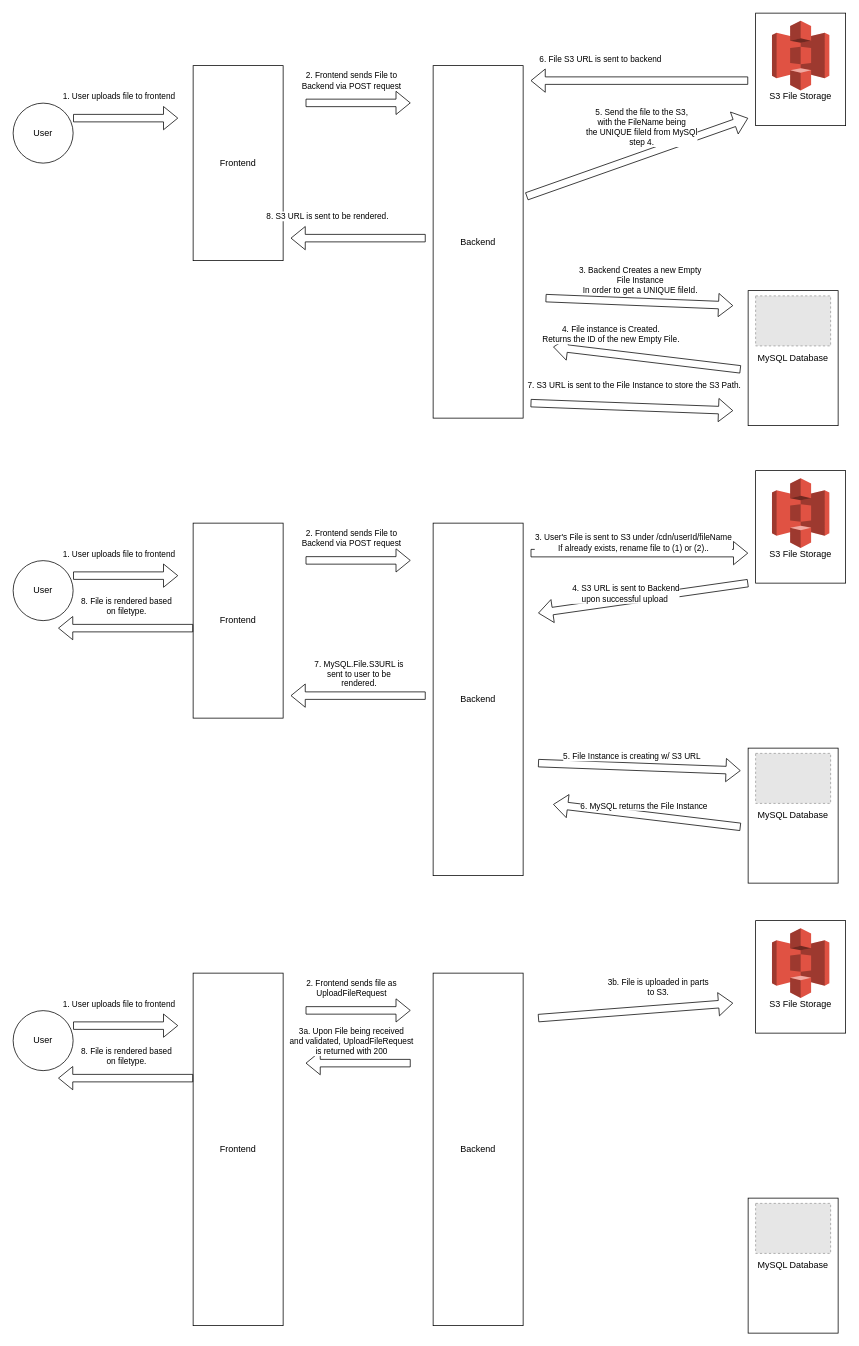
Before: app/backend/UMLs/FileUpload.drawio in RithvikKasarla/Big-O-of-No, a draw.io diagram. Source tidied: cells renumbered, new cells numbered last; positions are measured from the earlier drawing's top-left corner, leaving out a move shared by most shapes. Both pictures are drawn from the tidied source at 75%, with x=0, y=0 at pixel (13, 13). Pictures stored in the file or linked from it are replaced by grey dashed boxes.
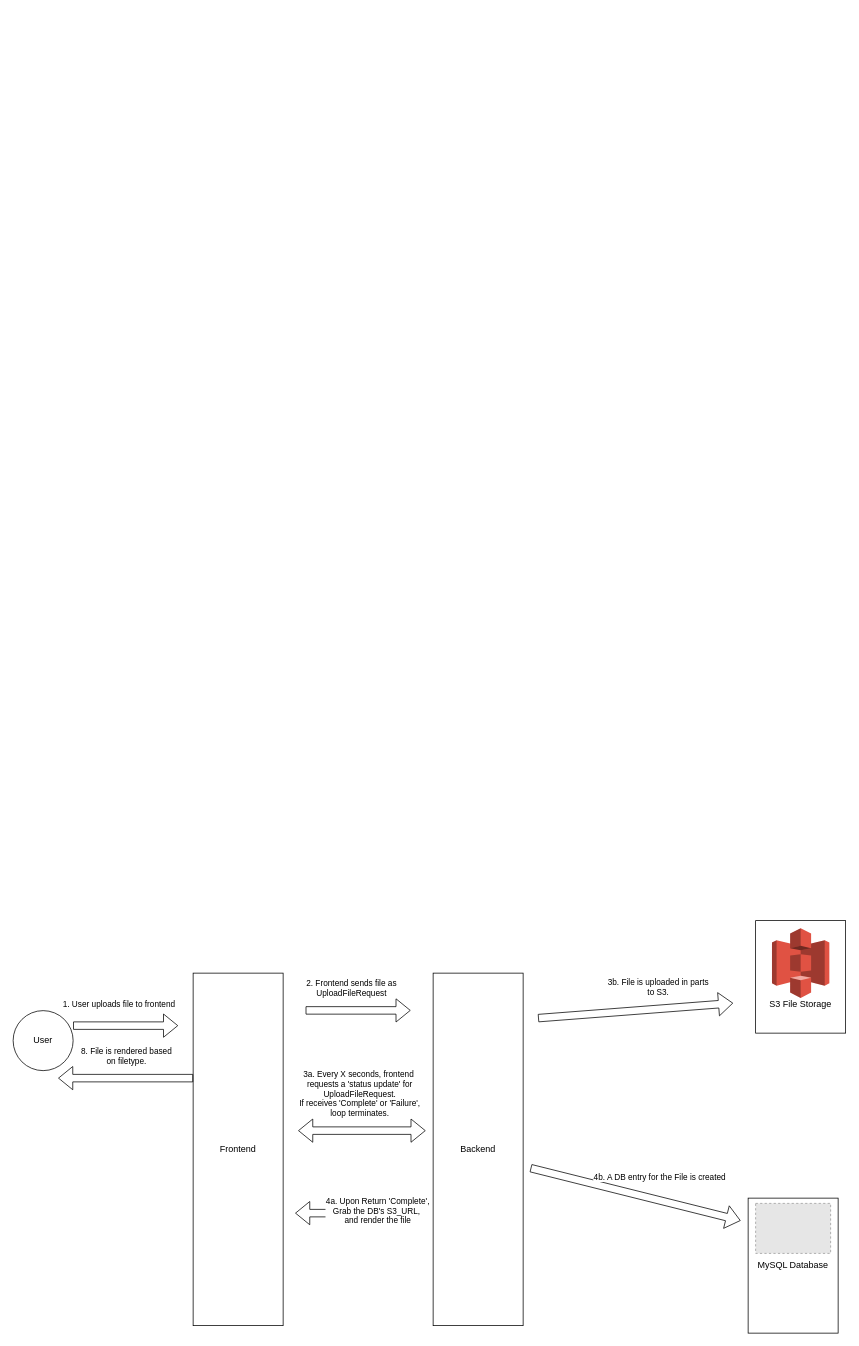
The same diagram, later.

Commit message (it also covers changes not shown here):
Minor changes, altered UMl

What changed in the source:
```diff
@@
-    <mxCell id="2" value="Frontend" style="rounded=0;whiteSpace=wrap;html=1;" parent="1" vertex="1">
-      <mxGeometry x="240" y="70" width="120" height="260" as="geometry" />
-    </mxCell>
-    <mxCell id="3" value="Backend" style="rounded=0;whiteSpace=wrap;html=1;" parent="1" vertex="1">
-      <mxGeometry x="560" y="70" width="120" height="470" as="geometry" />
-    </mxCell>
-    <mxCell id="4" value="&lt;br&gt;&lt;br&gt;&lt;br&gt;&lt;br&gt;&lt;br&gt;S3 File Storage" style="rounded=0;whiteSpace=wrap;html=1;" parent="1" vertex="1">
-      <mxGeometry x="990" width="120" height="150" as="geometry" />
-    </mxCell>
-    <mxCell id="5" value="MySQL Database" style="rounded=0;whiteSpace=wrap;html=1;" parent="1" vertex="1">
-      <mxGeometry x="980" y="370" width="120" height="180" as="geometry" />
-    </mxCell>
-    <mxCell id="6" value="User" style="ellipse;whiteSpace=wrap;html=1;" parent="1" vertex="1">
-      <mxGeometry y="120" width="80" height="80" as="geometry" />
-    </mxCell>
-    <mxCell id="7" style="shape=flexArrow;endArrow=classic;html=1;" parent="1" edge="1">
-      <mxGeometry relative="1" as="geometry">
-        <mxPoint x="80" y="140" as="sourcePoint" />
-        <mxPoint x="220" y="140" as="targetPoint" />
-      </mxGeometry>
-    </mxCell>
-    <mxCell id="8" value="1. User uploads file to frontend" style="edgeLabel;html=1;align=center;verticalAlign=middle;" parent="7" vertex="1">
-      <mxGeometry x="0.2" relative="1" as="geometry">
-        <mxPoint x="-24" y="-30" as="offset" />
-      </mxGeometry>
-    </mxCell>
-    <mxCell id="9" style="shape=flexArrow;endArrow=classic;html=1;" parent="1" edge="1">
-      <mxGeometry relative="1" as="geometry">
-        <mxPoint x="390" y="119.7" as="sourcePoint" />
-        <mxPoint x="530" y="119.7" as="targetPoint" />
-      </mxGeometry>
-    </mxCell>
-    <mxCell id="10" value="2. Frontend sends File to &lt;br&gt;Backend via POST request" style="edgeLabel;html=1;align=center;verticalAlign=middle;" parent="9" vertex="1">
-      <mxGeometry x="0.2" relative="1" as="geometry">
-        <mxPoint x="-24" y="-30" as="offset" />
-      </mxGeometry>
-    </mxCell>
-    <mxCell id="11" style="shape=flexArrow;endArrow=classic;html=1;" parent="1" edge="1">
-      <mxGeometry relative="1" as="geometry">
-        <mxPoint x="710" y="380" as="sourcePoint" />
-        <mxPoint x="960" y="390" as="targetPoint" />
-      </mxGeometry>
-    </mxCell>
-    <mxCell id="12" value="3. Backend Creates a new Empty&lt;br&gt;File Instance&lt;br&gt;In order to get a UNIQUE fileId." style="edgeLabel;html=1;align=center;verticalAlign=middle;" parent="11" vertex="1">
-      <mxGeometry x="0.2" relative="1" as="geometry">
-        <mxPoint x="-24" y="-30" as="offset" />
-      </mxGeometry>
-    </mxCell>
-    <mxCell id="13" style="shape=flexArrow;endArrow=classic;html=1;" parent="1" edge="1">
-      <mxGeometry relative="1" as="geometry">
-        <mxPoint x="970" y="475" as="sourcePoint" />
-        <mxPoint x="720" y="445" as="targetPoint" />
-      </mxGeometry>
-    </mxCell>
-    <mxCell id="14" value="4. File instance is Created.&lt;br&gt;Returns the ID of the new Empty File." style="edgeLabel;html=1;align=center;verticalAlign=middle;" parent="13" vertex="1">
-      <mxGeometry x="0.2" relative="1" as="geometry">
-        <mxPoint x="-24" y="-30" as="offset" />
-      </mxGeometry>
-    </mxCell>
-    <mxCell id="15" style="shape=flexArrow;endArrow=classic;html=1;exitX=1.037;exitY=0.371;exitDx=0;exitDy=0;exitPerimeter=0;" parent="1" edge="1" source="3">
-      <mxGeometry relative="1" as="geometry">
-        <mxPoint x="980" y="140" as="targetPoint" />
-      </mxGeometry>
-    </mxCell>
-    <mxCell id="16" value="5. Send the file to the S3,&lt;br&gt;with the FileName being&lt;br&gt;the UNIQUE fileId from MySQl&lt;br&gt;step 4." style="edgeLabel;html=1;align=center;verticalAlign=middle;" parent="15" vertex="1">
-      <mxGeometry x="0.2" relative="1" as="geometry">
-        <mxPoint x="-24" y="-30" as="offset" />
-      </mxGeometry>
-    </mxCell>
-    <mxCell id="17" style="shape=flexArrow;endArrow=classic;html=1;" parent="1" edge="1">
-      <mxGeometry relative="1" as="geometry">
-        <mxPoint x="980" y="90" as="sourcePoint" />
-        <mxPoint x="690" y="90" as="targetPoint" />
-      </mxGeometry>
-    </mxCell>
-    <mxCell id="18" value="6. File S3 URL is sent to backend" style="edgeLabel;html=1;align=center;verticalAlign=middle;" parent="17" vertex="1">
-      <mxGeometry x="0.2" relative="1" as="geometry">
-        <mxPoint x="-24" y="-30" as="offset" />
-      </mxGeometry>
-    </mxCell>
-    <mxCell id="19" style="shape=flexArrow;endArrow=classic;html=1;" parent="1" edge="1">
-      <mxGeometry relative="1" as="geometry">
-        <mxPoint x="690" y="520" as="sourcePoint" />
-        <mxPoint x="960" y="530" as="targetPoint" />
-      </mxGeometry>
-    </mxCell>
-    <mxCell id="20" value="7. S3 URL is sent to the File Instance to store the S3 Path." style="edgeLabel;html=1;align=center;verticalAlign=middle;" parent="19" vertex="1">
-      <mxGeometry x="0.2" relative="1" as="geometry">
-        <mxPoint x="-24" y="-30" as="offset" />
-      </mxGeometry>
-    </mxCell>
-    <mxCell id="21" style="shape=flexArrow;endArrow=classic;html=1;" parent="1" edge="1">
-      <mxGeometry relative="1" as="geometry">
-        <mxPoint x="550" y="300" as="sourcePoint" />
-        <mxPoint x="370" y="300" as="targetPoint" />
-      </mxGeometry>
-    </mxCell>
-    <mxCell id="22" value="8. S3 URL is sent to be rendered." style="edgeLabel;html=1;align=center;verticalAlign=middle;" parent="21" vertex="1">
-      <mxGeometry x="0.2" relative="1" as="geometry">
-        <mxPoint x="-24" y="-30" as="offset" />
-      </mxGeometry>
-    </mxCell>
-    <mxCell id="23" style="dashed=0;verticalLabelPosition=bottom;verticalAlign=top;align=center;html=1;shape=mxgraph.aws3.s3;fillColor=#E05243;gradientColor=none;" parent="1" vertex="1">
-      <mxGeometry x="1011.8" y="10" width="76.5" height="93" as="geometry" />
-    </mxCell>
-    <mxCell id="24" style="fillColor=#E6E6E6;strokeColor=#999999;dashed=1;verticalLabelPosition=bottom;verticalAlign=top;" parent="1" vertex="1">
-      <mxGeometry x="990" y="377" width="100" height="66.7" as="geometry" />
-    </mxCell>
-    <mxCell id="25" value="Frontend" style="rounded=0;whiteSpace=wrap;html=1;" parent="1" vertex="1">
-      <mxGeometry x="240" y="680" width="120" height="260" as="geometry" />
-    </mxCell>
-    <mxCell id="26" value="Backend" style="rounded=0;whiteSpace=wrap;html=1;" parent="1" vertex="1">
-      <mxGeometry x="560" y="680" width="120" height="470" as="geometry" />
-    </mxCell>
-    <mxCell id="27" value="&lt;br&gt;&lt;br&gt;&lt;br&gt;&lt;br&gt;&lt;br&gt;S3 File Storage" style="rounded=0;whiteSpace=wrap;html=1;" parent="1" vertex="1">
-      <mxGeometry x="990" y="610" width="120" height="150" as="geometry" />
-    </mxCell>
-    <mxCell id="28" value="MySQL Database" style="rounded=0;whiteSpace=wrap;html=1;" parent="1" vertex="1">
-      <mxGeometry x="980" y="980" width="120" height="180" as="geometry" />
-    </mxCell>
-    <mxCell id="29" value="User" style="ellipse;whiteSpace=wrap;html=1;" parent="1" vertex="1">
-      <mxGeometry y="730" width="80" height="80" as="geometry" />
-    </mxCell>
-    <mxCell id="30" style="shape=flexArrow;endArrow=classic;html=1;" parent="1" edge="1">
-      <mxGeometry relative="1" as="geometry">
-        <mxPoint x="80" y="750" as="sourcePoint" />
-        <mxPoint x="220" y="750" as="targetPoint" />
-      </mxGeometry>
-    </mxCell>
-    <mxCell id="31" value="1. User uploads file to frontend" style="edgeLabel;html=1;align=center;verticalAlign=middle;" parent="30" vertex="1">
-      <mxGeometry x="0.2" relative="1" as="geometry">
-        <mxPoint x="-24" y="-30" as="offset" />
-      </mxGeometry>
-    </mxCell>
-    <mxCell id="32" style="shape=flexArrow;endArrow=classic;html=1;" parent="1" edge="1">
-      <mxGeometry relative="1" as="geometry">
-        <mxPoint x="390" y="729.7" as="sourcePoint" />
-        <mxPoint x="530" y="729.7" as="targetPoint" />
-      </mxGeometry>
-    </mxCell>
-    <mxCell id="33" value="2. Frontend sends File to &lt;br&gt;Backend via POST request" style="edgeLabel;html=1;align=center;verticalAlign=middle;" parent="32" vertex="1">
-      <mxGeometry x="0.2" relative="1" as="geometry">
-        <mxPoint x="-24" y="-30" as="offset" />
-      </mxGeometry>
-    </mxCell>
-    <mxCell id="34" style="shape=flexArrow;endArrow=classic;html=1;" parent="1" edge="1">
-      <mxGeometry relative="1" as="geometry">
-        <mxPoint x="980" y="760" as="sourcePoint" />
-        <mxPoint x="700" y="800" as="targetPoint" />
-      </mxGeometry>
-    </mxCell>
-    <mxCell id="35" value="4. S3 URL is sent to Backend&lt;br&gt;upon successful upload&amp;nbsp;" style="edgeLabel;html=1;align=center;verticalAlign=middle;" parent="34" vertex="1">
-      <mxGeometry x="0.16" y="-10" relative="1" as="geometry" />
-    </mxCell>
-    <mxCell id="36" style="shape=flexArrow;endArrow=classic;html=1;" parent="1" edge="1">
-      <mxGeometry relative="1" as="geometry">
-        <mxPoint x="970" y="1085" as="sourcePoint" />
-        <mxPoint x="720" y="1055" as="targetPoint" />
-      </mxGeometry>
-    </mxCell>
-    <mxCell id="37" value="6. MySQL returns the File Instance" style="edgeLabel;html=1;align=center;verticalAlign=middle;" parent="36" vertex="1">
-      <mxGeometry x="0.05" y="-13" relative="1" as="geometry" />
-    </mxCell>
-    <mxCell id="38" style="shape=flexArrow;endArrow=classic;html=1;" parent="1" edge="1">
-      <mxGeometry relative="1" as="geometry">
-        <mxPoint x="690" y="720" as="sourcePoint" />
-        <mxPoint x="980" y="720" as="targetPoint" />
-      </mxGeometry>
-    </mxCell>
-    <mxCell id="39" value="3. User's File is sent to S3 under /cdn/userId/fileName&lt;br&gt;If already exists, rename file to (1) or (2).." style="edgeLabel;html=1;align=center;verticalAlign=middle;" parent="38" vertex="1">
-      <mxGeometry x="-0.06" y="15" relative="1" as="geometry" />
-    </mxCell>
-    <mxCell id="40" style="shape=flexArrow;endArrow=classic;html=1;" parent="1" edge="1">
-      <mxGeometry relative="1" as="geometry">
-        <mxPoint x="700" y="1000" as="sourcePoint" />
-        <mxPoint x="970" y="1010" as="targetPoint" />
-      </mxGeometry>
-    </mxCell>
-    <mxCell id="41" value="5. File Instance is creating w/ S3 URL" style="edgeLabel;html=1;align=center;verticalAlign=middle;" parent="40" vertex="1">
-      <mxGeometry x="-0.08" y="14" relative="1" as="geometry" />
-    </mxCell>
-    <mxCell id="42" style="shape=flexArrow;endArrow=classic;html=1;" parent="1" edge="1">
-      <mxGeometry relative="1" as="geometry">
-        <mxPoint x="550" y="910" as="sourcePoint" />
-        <mxPoint x="370" y="910" as="targetPoint" />
-      </mxGeometry>
-    </mxCell>
-    <mxCell id="43" value="7. MySQL.File.S3URL is&lt;br&gt;sent to user to be&lt;br&gt;rendered." style="edgeLabel;html=1;align=center;verticalAlign=middle;" parent="42" vertex="1">
-      <mxGeometry x="0.2" relative="1" as="geometry">
-        <mxPoint x="18" y="-30" as="offset" />
-      </mxGeometry>
-    </mxCell>
-    <mxCell id="44" style="dashed=0;verticalLabelPosition=bottom;verticalAlign=top;align=center;html=1;shape=mxgraph.aws3.s3;fillColor=#E05243;gradientColor=none;" parent="1" vertex="1">
-      <mxGeometry x="1011.8" y="620" width="76.5" height="93" as="geometry" />
-    </mxCell>
-    <mxCell id="45" style="fillColor=#E6E6E6;strokeColor=#999999;dashed=1;verticalLabelPosition=bottom;verticalAlign=top;" parent="1" vertex="1">
-      <mxGeometry x="990" y="987" width="100" height="66.7" as="geometry" />
-    </mxCell>
-    <mxCell id="46" style="shape=flexArrow;endArrow=classic;html=1;" parent="1" edge="1">
-      <mxGeometry relative="1" as="geometry">
-        <mxPoint x="240" y="820" as="sourcePoint" />
-        <mxPoint x="60" y="820" as="targetPoint" />
-      </mxGeometry>
-    </mxCell>
-    <mxCell id="47" value="8. File is rendered based&lt;br&gt;on filetype." style="edgeLabel;html=1;align=center;verticalAlign=middle;" parent="46" vertex="1">
-      <mxGeometry x="0.2" relative="1" as="geometry">
-        <mxPoint x="18" y="-30" as="offset" />
-      </mxGeometry>
-    </mxCell>
@@
-    <mxCell id="61" style="shape=flexArrow;endArrow=classic;html=1;" parent="1" edge="1">
-      <mxGeometry relative="1" as="geometry">
-        <mxPoint x="530" y="1400" as="sourcePoint" />
-        <mxPoint x="390" y="1400" as="targetPoint" />
-      </mxGeometry>
-    </mxCell>
-    <mxCell id="62" value="3a. Upon File being received&lt;br&gt;and validated, UploadFileRequest&lt;br&gt;is returned with 200" style="edgeLabel;html=1;align=center;verticalAlign=middle;" parent="61" vertex="1">
-      <mxGeometry x="0.2" relative="1" as="geometry">
-        <mxPoint x="4" y="-30" as="offset" />
-      </mxGeometry>
-    </mxCell>
@@
+    <mxCell id="65" style="shape=flexArrow;endArrow=classic;html=1;" parent="1" edge="1">
+      <mxGeometry relative="1" as="geometry">
+        <mxPoint x="690" y="1540" as="sourcePoint" />
+        <mxPoint x="970" y="1610" as="targetPoint" />
+      </mxGeometry>
+    </mxCell>
+    <mxCell id="66" value="4b. A DB entry for the File is created" style="edgeLabel;html=1;align=center;verticalAlign=middle;" parent="65" vertex="1">
+      <mxGeometry x="0.2" relative="1" as="geometry">
+        <mxPoint x="4" y="-30" as="offset" />
+      </mxGeometry>
+    </mxCell>
+    <mxCell id="67" style="shape=flexArrow;endArrow=classic;startArrow=classic;html=1;" parent="1" edge="1">
+      <mxGeometry relative="1" as="geometry">
+        <mxPoint x="380" y="1490" as="sourcePoint" />
+        <mxPoint x="550" y="1490" as="targetPoint" />
+      </mxGeometry>
+    </mxCell>
+    <mxCell id="68" value="3a. Every X seconds, frontend&amp;nbsp;&lt;br&gt;requests a 'status update' for&lt;br&gt;UploadFileRequest.&lt;br&gt;If receives 'Complete' or 'Failure',&lt;br&gt;loop terminates." style="edgeLabel;html=1;align=center;verticalAlign=middle;" parent="1" vertex="1">
+      <mxGeometry x="461" y="1440" as="geometry" />
+    </mxCell>
+    <mxCell id="69" style="shape=flexArrow;endArrow=classic;startArrow=classic;html=1;" parent="1" edge="1">
+      <mxGeometry relative="1" as="geometry">
+        <mxPoint x="376" y="1600" as="sourcePoint" />
+        <mxPoint x="546" y="1600" as="targetPoint" />
+      </mxGeometry>
+    </mxCell>
+    <mxCell id="70" value="4a. Upon Return 'Complete',&lt;br&gt;Grab the DB's S3_URL,&amp;nbsp;&lt;br&gt;and render the file" style="edgeLabel;html=1;align=center;verticalAlign=middle;" parent="69" vertex="1">
+      <mxGeometry x="0.28" y="4" relative="1" as="geometry" />
+    </mxCell>
```
